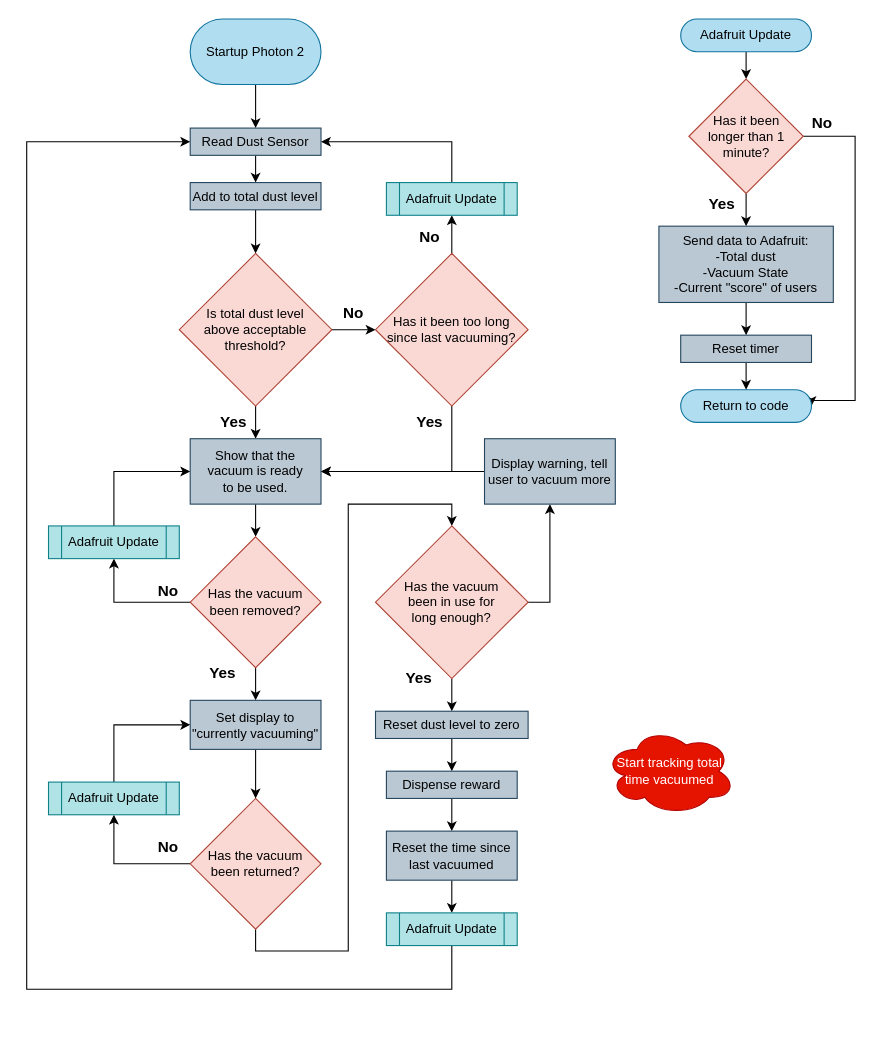
stromberg-DS/Vacuum_ATM keeps this draw.io diagram as VacATM_FlowChart.drawio. Above is the earlier version. Source tidied: cells renumbered, new cells numbered last; positions are measured from the earlier drawing's top-left corner, leaving out a move shared by most shapes. Both pictures are drawn from the tidied source at 109%, with x=0, y=0 at pixel (26, 19).
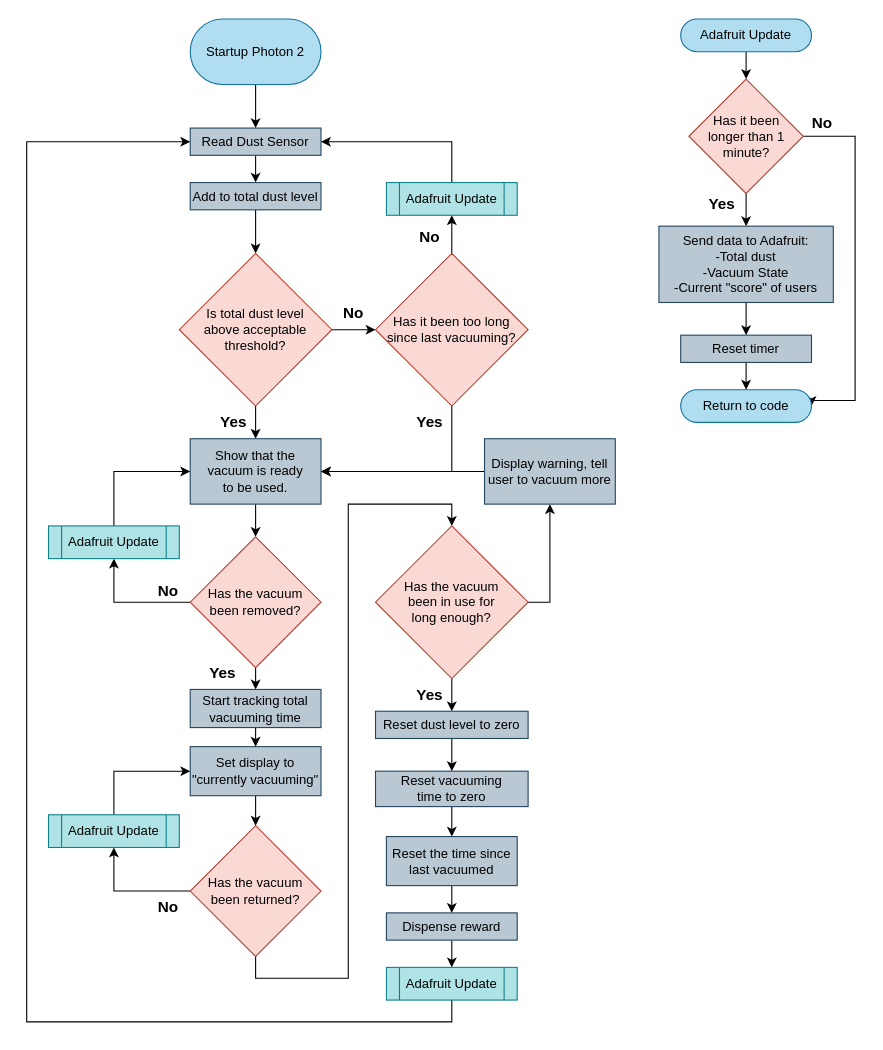
After the change.

Unchanged cells that the change refers to:
```xml
<mxCell id="3" value="&lt;font style=&quot;font-size: 12px;&quot;&gt;Read Dust Sensor&lt;/font&gt;" style="rounded=0;whiteSpace=wrap;html=1;fillColor=#bac8d3;strokeColor=#23445d;" parent="1" vertex="1">
  <mxGeometry x="150" y="100" width="120" height="25" as="geometry" />
</mxCell>
<mxCell id="16" value="Has the vacuum&lt;br&gt;been removed?" style="rhombus;whiteSpace=wrap;html=1;fillColor=#fad9d5;strokeColor=#ae4132;" parent="1" vertex="1">
  <mxGeometry x="150" y="475" width="120" height="120" as="geometry" />
</mxCell>
<mxCell id="37" value="Reset dust level to zero" style="rounded=0;whiteSpace=wrap;html=1;fillColor=#bac8d3;strokeColor=#23445d;" parent="1" vertex="1">
  <mxGeometry x="320" y="635" width="140" height="25" as="geometry" />
</mxCell>
```

Diff of the diagram source:
```diff
@@
-    <mxCell id="14" style="edgeStyle=orthogonalEdgeStyle;rounded=0;jettySize=auto;html=1;exitX=0.5;exitY=1;exitDx=0;exitDy=0;entryX=0.5;entryY=0;entryDx=0;entryDy=0;" parent="1" edge="1" source="16" target="21">
-      <mxGeometry relative="1" as="geometry" />
-    </mxCell>
@@
+    <mxCell id="64" style="edgeStyle=orthogonalEdgeStyle;rounded=0;jettySize=auto;html=1;exitX=0.5;exitY=1;exitDx=0;exitDy=0;entryX=0.5;entryY=0;entryDx=0;entryDy=0;fontFamily=Helvetica;fontSize=12;fontColor=default;" parent="1" edge="1" source="16" target="69">
+      <mxGeometry relative="1" as="geometry" />
+    </mxCell>
@@
     <mxCell id="19" value="Has the vacuum&lt;br&gt;been returned?" style="rhombus;whiteSpace=wrap;html=1;fillColor=#fad9d5;strokeColor=#ae4132;" parent="1" vertex="1">
-      <mxGeometry x="150" y="715" width="120" height="120" as="geometry" />
+      <mxGeometry x="150" y="740" width="120" height="120" as="geometry" />
     </mxCell>
@@
     <mxCell id="21" value="Set display to &quot;currently vacuuming&quot;" style="rounded=0;whiteSpace=wrap;html=1;fillColor=#bac8d3;strokeColor=#23445d;" parent="1" vertex="1">
-      <mxGeometry x="150" y="625" width="120" height="45" as="geometry" />
+      <mxGeometry x="150" y="667.5" width="120" height="45" as="geometry" />
     </mxCell>
@@
     <mxCell id="26" value="&lt;b&gt;&lt;font style=&quot;font-size: 14px;&quot;&gt;Yes&lt;/font&gt;&lt;/b&gt;" style="text;html=1;strokeColor=none;fillColor=none;align=center;verticalAlign=middle;whiteSpace=wrap;rounded=0;" parent="1" vertex="1">
-      <mxGeometry x="330" y="590" width="60" height="30" as="geometry" />
+      <mxGeometry x="340" y="605" width="60" height="30" as="geometry" />
     </mxCell>
@@
     <mxCell id="29" value="&lt;b&gt;&lt;font style=&quot;font-size: 14px;&quot;&gt;No&lt;/font&gt;&lt;/b&gt;" style="text;html=1;strokeColor=none;fillColor=none;align=center;verticalAlign=middle;whiteSpace=wrap;rounded=0;" parent="1" vertex="1">
-      <mxGeometry x="100" y="745" width="60" height="30" as="geometry" />
+      <mxGeometry x="100" y="800" width="60" height="30" as="geometry" />
     </mxCell>
@@
-    <mxCell id="35" value="Start tracking total time vacuumed" style="ellipse;shape=cloud;whiteSpace=wrap;html=1;fillColor=#e51400;strokeColor=#B20000;fontColor=#ffffff;" parent="1" vertex="1">
-      <mxGeometry x="530" y="650" width="120" height="80" as="geometry" />
-    </mxCell>
-    <mxCell id="36" style="edgeStyle=orthogonalEdgeStyle;rounded=0;jettySize=auto;html=1;exitX=0.5;exitY=1;exitDx=0;exitDy=0;entryX=0.5;entryY=0;entryDx=0;entryDy=0;" parent="1" edge="1" source="37" target="39">
-      <mxGeometry relative="1" as="geometry" />
-    </mxCell>
+    <mxCell id="65" style="edgeStyle=orthogonalEdgeStyle;rounded=0;jettySize=auto;html=1;exitX=0.5;exitY=1;exitDx=0;exitDy=0;entryX=0.5;entryY=0;entryDx=0;entryDy=0;fontFamily=Helvetica;fontSize=12;fontColor=default;" parent="1" edge="1" source="37" target="71">
+      <mxGeometry relative="1" as="geometry" />
+    </mxCell>
@@
-    <mxCell id="38" style="edgeStyle=orthogonalEdgeStyle;rounded=0;jettySize=auto;html=1;exitX=0.5;exitY=1;exitDx=0;exitDy=0;entryX=0.5;entryY=0;entryDx=0;entryDy=0;" parent="1" edge="1" source="39" target="41">
-      <mxGeometry relative="1" as="geometry" />
-    </mxCell>
+    <mxCell id="66" style="edgeStyle=orthogonalEdgeStyle;rounded=0;jettySize=auto;html=1;exitX=0.5;exitY=1;exitDx=0;exitDy=0;entryX=0.5;entryY=0;entryDx=0;entryDy=0;fontFamily=Helvetica;fontSize=12;fontColor=default;" parent="1" edge="1" source="39" target="53">
+      <mxGeometry relative="1" as="geometry" />
+    </mxCell>
     <mxCell id="39" value="Dispense reward" style="whiteSpace=wrap;html=1;fillColor=#bac8d3;strokeColor=#23445d;" parent="1" vertex="1">
-      <mxGeometry x="330" y="690" width="120" height="25" as="geometry" />
+      <mxGeometry x="330" y="820" width="120" height="25" as="geometry" />
     </mxCell>
-    <mxCell id="40" style="edgeStyle=orthogonalEdgeStyle;rounded=0;jettySize=auto;html=1;exitX=0.5;exitY=1;exitDx=0;exitDy=0;entryX=0.5;entryY=0;entryDx=0;entryDy=0;fontFamily=Helvetica;fontSize=12;fontColor=default;" parent="1" edge="1" source="41" target="53">
-      <mxGeometry relative="1" as="geometry" />
-    </mxCell>
+    <mxCell id="67" style="edgeStyle=orthogonalEdgeStyle;rounded=0;jettySize=auto;html=1;exitX=0.5;exitY=1;exitDx=0;exitDy=0;entryX=0.5;entryY=0;entryDx=0;entryDy=0;fontFamily=Helvetica;fontSize=12;fontColor=default;" parent="1" edge="1" source="41" target="39">
+      <mxGeometry relative="1" as="geometry" />
+    </mxCell>
     <mxCell id="41" value="Reset the time since&lt;br&gt;last vacuumed" style="whiteSpace=wrap;html=1;fillColor=#bac8d3;strokeColor=#23445d;" parent="1" vertex="1">
-      <mxGeometry x="330" y="745" width="120" height="45" as="geometry" />
+      <mxGeometry x="330" y="750" width="120" height="45" as="geometry" />
     </mxCell>
@@
     <mxCell id="51" value="Adafruit Update" style="shape=process;whiteSpace=wrap;html=1;backgroundOutline=1;rounded=0;strokeColor=#0e8088;align=center;verticalAlign=middle;fontFamily=Helvetica;fontSize=12;fillColor=#b0e3e6;" parent="1" vertex="1">
-      <mxGeometry x="20" y="700" width="120" height="30" as="geometry" />
+      <mxGeometry x="20" y="730" width="120" height="30" as="geometry" />
     </mxCell>
     <mxCell id="52" style="edgeStyle=orthogonalEdgeStyle;rounded=0;jettySize=auto;html=1;exitX=0.5;exitY=1;exitDx=0;exitDy=0;entryX=0;entryY=0.5;entryDx=0;entryDy=0;fontFamily=Helvetica;fontSize=12;fontColor=default;" parent="1" edge="1" source="53" target="3">
       <mxGeometry relative="1" as="geometry">
         <Array as="points">
-          <mxPoint x="390" y="890" />
-          <mxPoint y="890" />
-          <mxPoint y="113" />
+          <mxPoint x="390" y="920" />
+          <mxPoint y="920" />
+          <mxPoint y="112" />
         </Array>
       </mxGeometry>
     </mxCell>
     <mxCell id="53" value="Adafruit Update" style="shape=process;whiteSpace=wrap;html=1;backgroundOutline=1;rounded=0;strokeColor=#0e8088;align=center;verticalAlign=middle;fontFamily=Helvetica;fontSize=12;fillColor=#b0e3e6;" parent="1" vertex="1">
-      <mxGeometry x="330" y="820" width="120" height="30" as="geometry" />
+      <mxGeometry x="330" y="870" width="120" height="30" as="geometry" />
     </mxCell>
@@
+    <mxCell id="68" style="edgeStyle=orthogonalEdgeStyle;rounded=0;jettySize=auto;html=1;exitX=0.5;exitY=1;exitDx=0;exitDy=0;entryX=0.5;entryY=0;entryDx=0;entryDy=0;fontFamily=Helvetica;fontSize=12;fontColor=default;" parent="1" edge="1" source="69" target="21">
+      <mxGeometry relative="1" as="geometry" />
+    </mxCell>
+    <mxCell id="69" value="Start tracking total vacuuming time" style="whiteSpace=wrap;html=1;fillColor=#bac8d3;strokeColor=#23445d;" parent="1" vertex="1">
+      <mxGeometry x="150" y="615" width="120" height="35" as="geometry" />
+    </mxCell>
+    <mxCell id="70" style="edgeStyle=orthogonalEdgeStyle;rounded=0;jettySize=auto;html=1;exitX=0.5;exitY=1;exitDx=0;exitDy=0;entryX=0.5;entryY=0;entryDx=0;entryDy=0;fontFamily=Helvetica;fontSize=12;fontColor=default;" parent="1" edge="1" source="71" target="41">
+      <mxGeometry relative="1" as="geometry" />
+    </mxCell>
+    <mxCell id="71" value="Reset vacuuming&lt;br&gt;time to zero" style="rounded=0;whiteSpace=wrap;html=1;fillColor=#bac8d3;strokeColor=#23445d;" parent="1" vertex="1">
+      <mxGeometry x="320" y="690" width="140" height="32.5" as="geometry" />
+    </mxCell>
```
